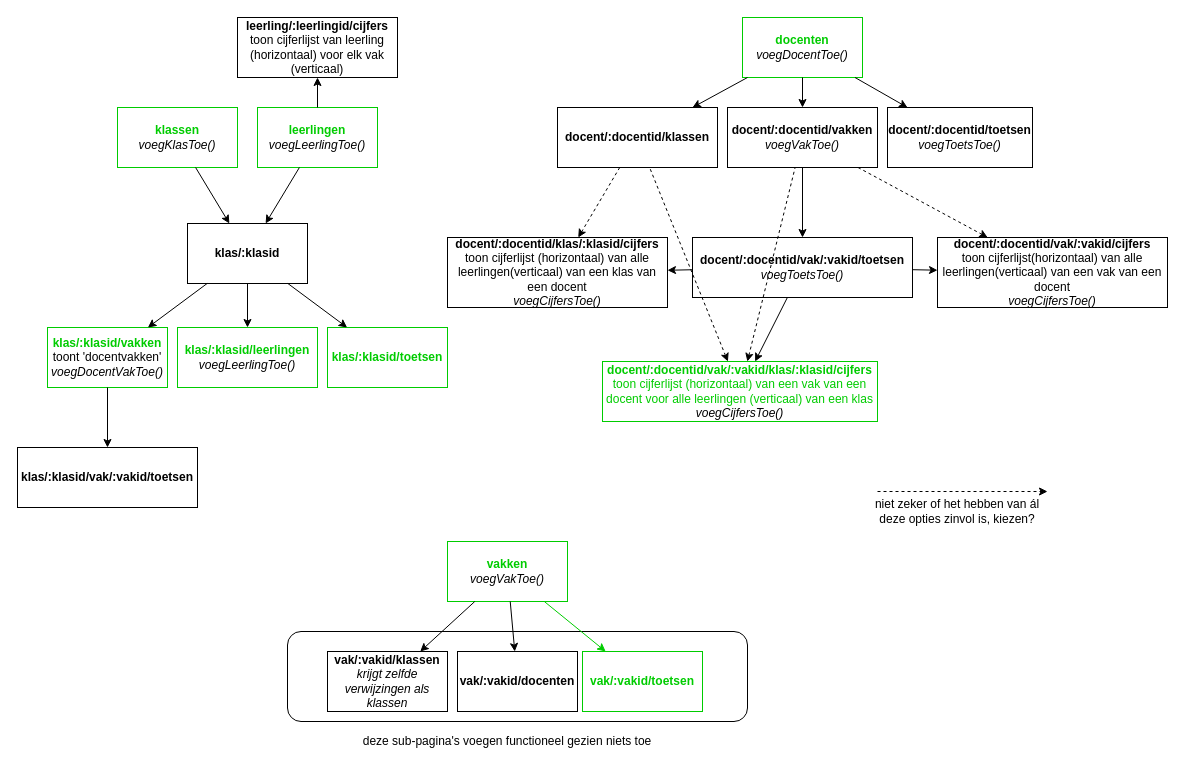
Vsvlak/Groepsopdracht-kamer-1-Angular keeps this draw.io diagram as CijfersysteemAngular/src/app/StructuurPaginaNavigatie.drawio. Above is the earlier version. Source tidied: cells renumbered, new cells numbered last; positions are measured from the earlier drawing's top-left corner, leaving out a move shared by most shapes. Both pictures are drawn from the tidied source at 100%, with x=0, y=0 at pixel (17, 17).
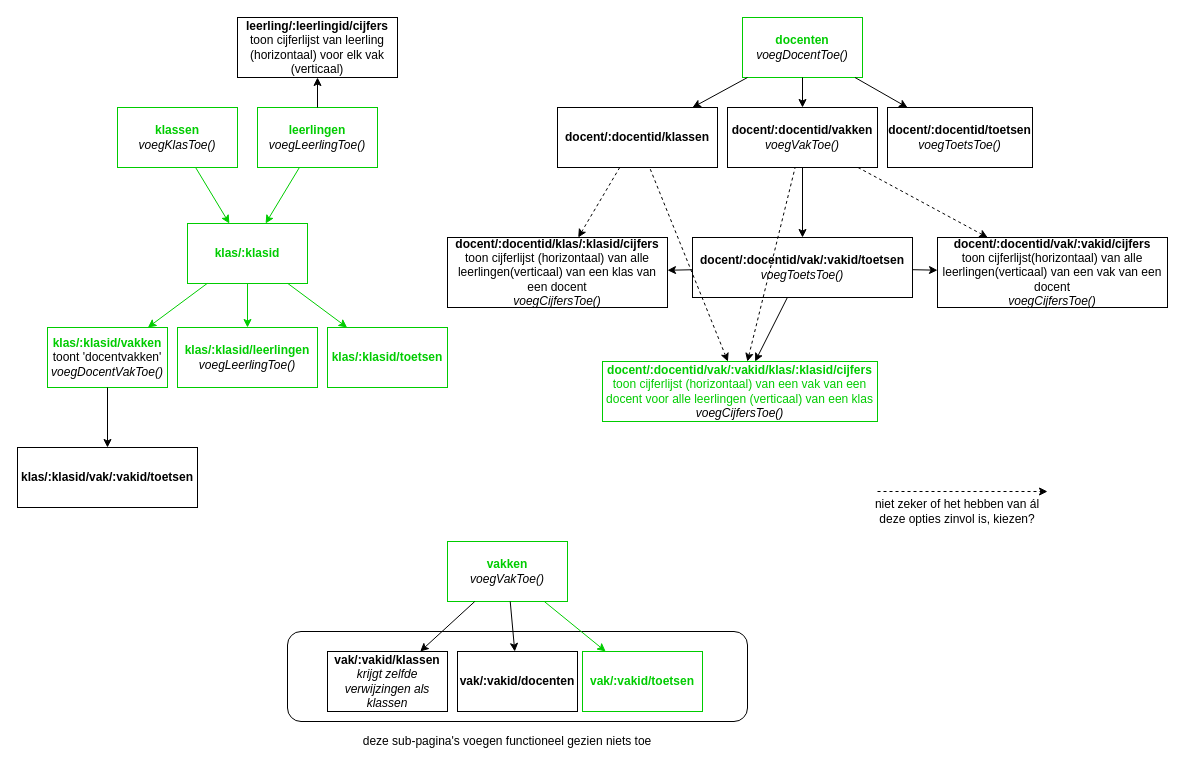
After the change.

The change refers to these unchanged cells:
```xml
<mxCell id="2" value="&lt;b&gt;&lt;font color=&quot;#00cc00&quot;&gt;klassen&lt;/font&gt;&lt;/b&gt;&lt;br&gt;&lt;i&gt;voegKlasToe()&lt;/i&gt;" style="rounded=0;whiteSpace=wrap;html=1;strokeColor=#00CC00;" parent="1" vertex="1">
  <mxGeometry x="100" y="90" width="120" height="60" as="geometry" />
</mxCell>
<mxCell id="3" value="&lt;font color=&quot;#00cc00&quot;&gt;&lt;b&gt;leerlingen&lt;/b&gt;&lt;br&gt;&lt;/font&gt;&lt;i&gt;voegLeerlingToe()&lt;/i&gt;" style="rounded=0;whiteSpace=wrap;html=1;strokeColor=#00CC00;" parent="1" vertex="1">
  <mxGeometry x="240" y="90" width="120" height="60" as="geometry" />
</mxCell>
<mxCell id="4" value="&lt;b&gt;&lt;font color=&quot;#00cc00&quot;&gt;klas/:klasid/leerlingen&lt;br&gt;&lt;/font&gt;&lt;/b&gt;&lt;i&gt;voegLeerlingToe()&lt;/i&gt;" style="rounded=0;whiteSpace=wrap;html=1;strokeColor=#00CC00;" parent="1" vertex="1">
  <mxGeometry x="160" y="310" width="140" height="60" as="geometry" />
</mxCell>
<mxCell id="7" value="&lt;b&gt;&lt;font color=&quot;#00cc00&quot;&gt;klas/:klasid/vakken&lt;br&gt;&lt;/font&gt;&lt;/b&gt;toont 'docentvakken'&lt;br&gt;&lt;i&gt;voegDocentVakToe()&lt;/i&gt;" style="rounded=0;whiteSpace=wrap;html=1;strokeColor=#00CC00;" parent="1" vertex="1">
  <mxGeometry x="30" y="310" width="120" height="60" as="geometry" />
</mxCell>
<mxCell id="8" value="&lt;b&gt;&lt;font color=&quot;#00cc00&quot;&gt;klas/:klasid/toetsen&lt;/font&gt;&lt;/b&gt;" style="rounded=0;whiteSpace=wrap;html=1;strokeColor=#00CC00;" parent="1" vertex="1">
  <mxGeometry x="310" y="310" width="120" height="60" as="geometry" />
</mxCell>
```

Change to the diagram source:
```diff
@@
-    <mxCell id="20" style="endArrow=classic;html=1;endFill=1;" parent="1" edge="1" source="3" target="39">
+    <mxCell id="20" style="endArrow=classic;html=1;endFill=1;strokeColor=#00CC00;" parent="1" edge="1" source="3" target="39">
       <mxGeometry relative="1" as="geometry" />
     </mxCell>
@@
-    <mxCell id="39" value="&lt;b&gt;klas/:klasid&lt;/b&gt;" style="rounded=0;whiteSpace=wrap;html=1;fillColor=none;" parent="1" vertex="1">
+    <mxCell id="39" value="&lt;b&gt;&lt;font color=&quot;#00cc00&quot;&gt;klas/:klasid&lt;/font&gt;&lt;/b&gt;" style="rounded=0;whiteSpace=wrap;html=1;fillColor=none;strokeColor=#00CC00;" parent="1" vertex="1">
       <mxGeometry x="170" y="206" width="120" height="60" as="geometry" />
     </mxCell>
-    <mxCell id="40" style="endArrow=classic;html=1;endFill=1;" parent="1" edge="1" source="39" target="7">
+    <mxCell id="40" style="endArrow=classic;html=1;endFill=1;strokeColor=#00CC00;" parent="1" edge="1" source="39" target="7">
       <mxGeometry relative="1" as="geometry" />
     </mxCell>
-    <mxCell id="41" style="endArrow=classic;html=1;endFill=1;" parent="1" edge="1" source="39" target="4">
+    <mxCell id="41" style="endArrow=classic;html=1;endFill=1;strokeColor=#00CC00;" parent="1" edge="1" source="39" target="4">
       <mxGeometry relative="1" as="geometry" />
     </mxCell>
-    <mxCell id="42" style="endArrow=classic;html=1;endFill=1;" parent="1" edge="1" source="39" target="8">
+    <mxCell id="42" style="endArrow=classic;html=1;endFill=1;strokeColor=#00CC00;" parent="1" edge="1" source="39" target="8">
       <mxGeometry relative="1" as="geometry" />
     </mxCell>
-    <mxCell id="43" style="endArrow=classic;html=1;endFill=1;" parent="1" edge="1" source="2" target="39">
+    <mxCell id="43" style="endArrow=classic;html=1;endFill=1;strokeColor=#00CC00;" parent="1" edge="1" source="2" target="39">
       <mxGeometry relative="1" as="geometry" />
     </mxCell>
```
